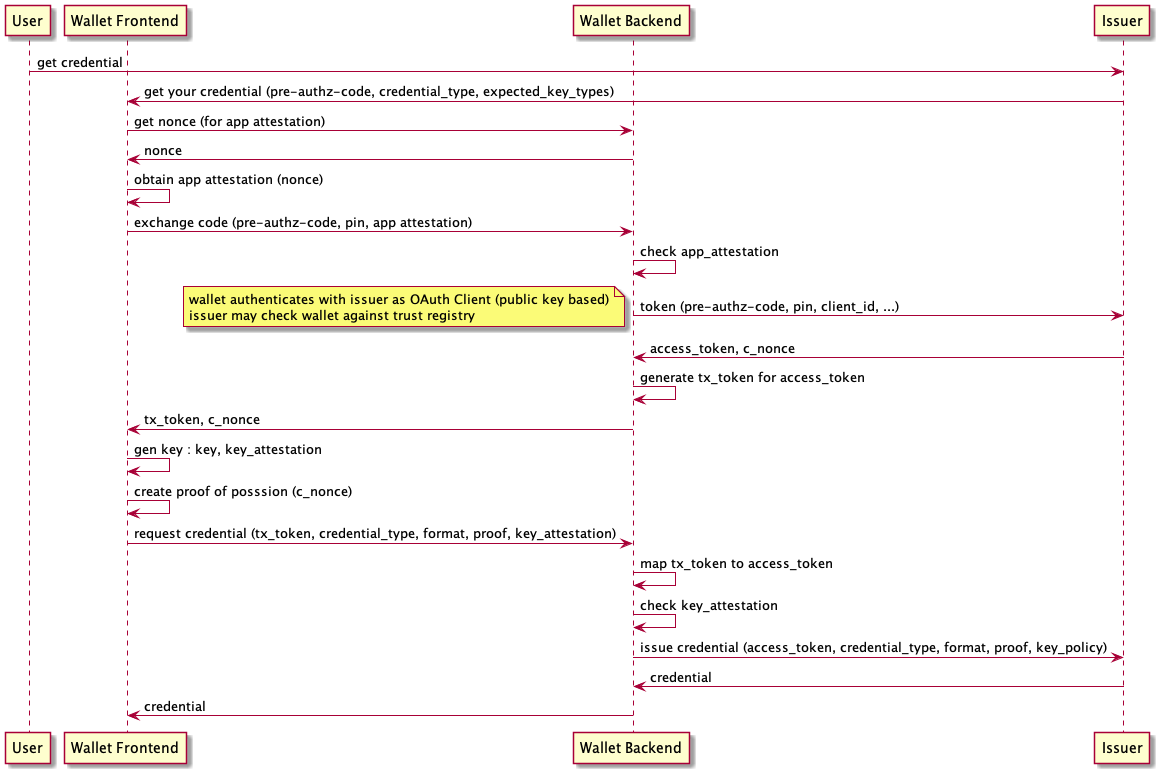
Above: diagrams/attestation_native_app_issuer_initiated_bff.png in openid/OpenID4VCI (PlantUML), before the change. Its diagram source:
```plantuml
@startuml
participant User as u
participant "Wallet Frontend" as w
participant "Wallet Backend" as b
participant Issuer as i

u -> i : get credential
i -> w : get your credential (pre-authz-code, credential_type, expected_key_types)
w -> b : get nonce (for app attestation)
b -> w : nonce
w -> w : obtain app attestation (nonce)
w -> b : exchange code (pre-authz-code, pin, app attestation)
b -> b : check app_attestation
b -> i : token (pre-authz-code, pin, client_id, ...)
note left: wallet authenticates with issuer as OAuth Client (public key based)\nissuer may check wallet against trust registry
i -> b : access_token, c_nonce
b -> b : generate tx_token for access_token
b -> w: tx_token, c_nonce
w -> w : gen key : key, key_attestation
w -> w : create proof of posssion (c_nonce)
w -> b : request credential (tx_token, credential_type, format, proof, key_attestation)
b -> b : map tx_token to access_token
b -> b : check key_attestation
b -> i : issue credential (access_token, credential_type, format, proof, key_policy)
i -> b : credential
b -> w : credential
@enduml
```
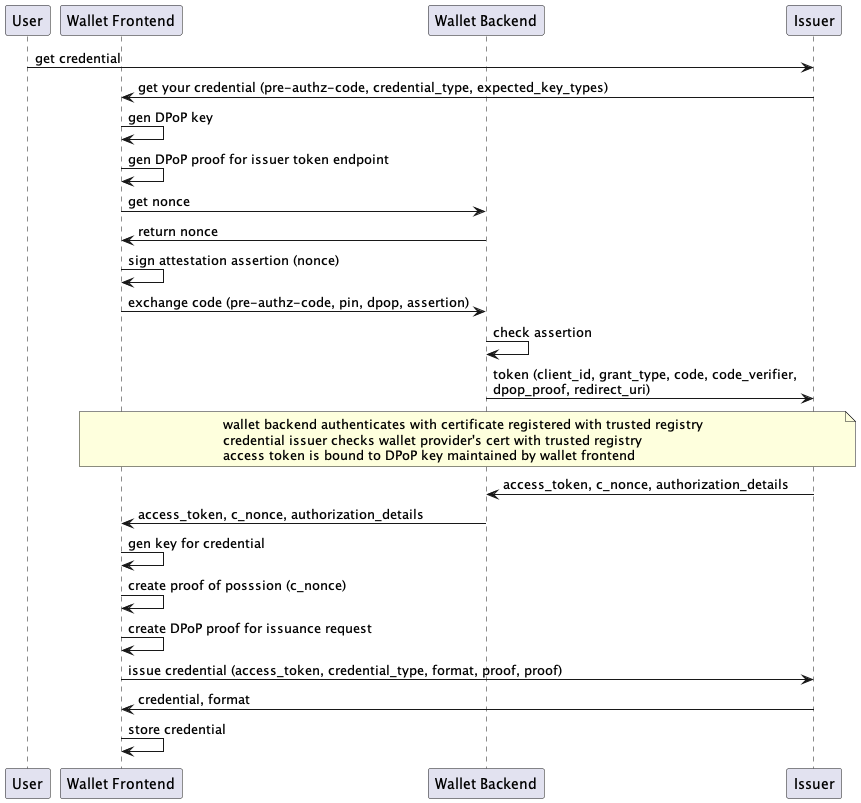
The same diagram one commit later.

Commit message:
aligned bff sequences for code and pre-authz code

The edit, as a diff of the source:
```diff
@@ -6,22 +6,32 @@
 
 u -> i : get credential
 i -> w : get your credential (pre-authz-code, credential_type, expected_key_types)
-w -> b : get nonce (for app attestation)
-b -> w : nonce
-w -> w : obtain app attestation (nonce)
-w -> b : exchange code (pre-authz-code, pin, app attestation)
-b -> b : check app_attestation
-b -> i : token (pre-authz-code, pin, client_id, ...)
-note left: wallet authenticates with issuer as OAuth Client (public key based)\nissuer may check wallet against trust registry
-i -> b : access_token, c_nonce
-b -> b : generate tx_token for access_token
-b -> w: tx_token, c_nonce
-w -> w : gen key : key, key_attestation
+w -> w : gen DPoP key
+w -> w : gen DPoP proof for issuer token endpoint
+w -> b : get nonce
+b -> w : return nonce
+w -> w : sign attestation assertion (nonce)
+w -> b : exchange code (pre-authz-code, pin, dpop, assertion)
+b -> b : check assertion
+
+b -> i : token (client_id, grant_type, code, code_verifier,\ndpop_proof, redirect_uri)
+
+note over w, i: wallet backend authenticates with certificate registered with trusted registry\ncredential issuer checks wallet provider's cert with trusted registry\naccess token is bound to DPoP key maintained by wallet frontend
+
+i -> b : access_token, c_nonce, authorization_details
+
+b -> w : access_token, c_nonce, authorization_details
+
+w -> w : gen key for credential
+
 w -> w : create proof of posssion (c_nonce)
-w -> b : request credential (tx_token, credential_type, format, proof, key_attestation)
-b -> b : map tx_token to access_token
-b -> b : check key_attestation
-b -> i : issue credential (access_token, credential_type, format, proof, key_policy)
-i -> b : credential
-b -> w : credential
+
+w  -> w : create DPoP proof for issuance request
+
+w -> i : issue credential (access_token, credential_type, format, proof, proof)
+
+i -> w : credential, format
+
+w -> w : store credential
+
 @enduml
```
